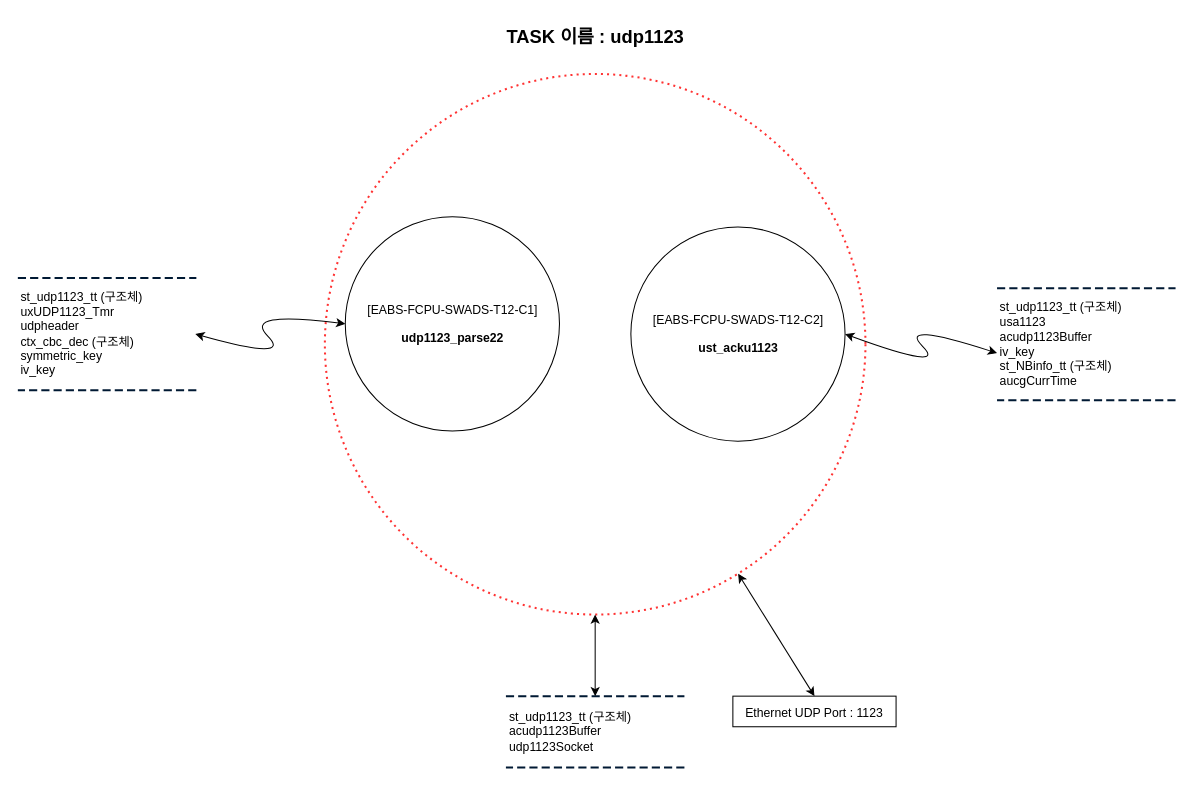
Above: page "EABS-FCPU-SWF11" (2 of 7) of EABS/Document_Pack/Design/F-CPU/eabs_f_cpu_data_flow_diagram_02.drawio.xml in chillin2/MyDraw.io (draw.io), before the change. Source tidied: cells renumbered, new cells numbered last; positions are measured from the earlier drawing's top-left corner, leaving out a move shared by most shapes. Both pictures are drawn from the tidied source at 102%, with x=0, y=0 at pixel (18, 22).
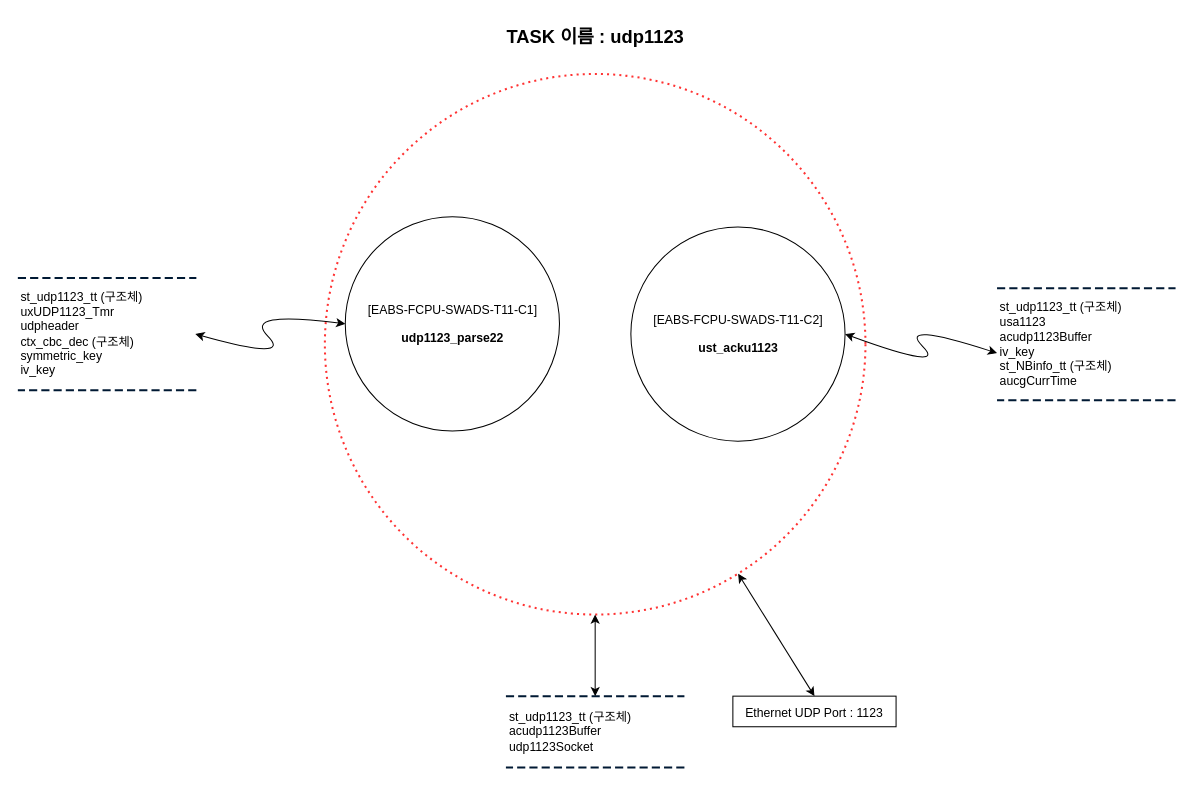
The same diagram, later.

Change to the diagram source:
```diff
@@
 <mxGraphModel>
   <root>
     <mxCell id="0" />
     <mxCell id="1" parent="0" />
     <mxCell id="2" style="shape=ellipse;html=1;dashed=1;whitespace=wrap;perimeter=ellipsePerimeter;dashPattern=1 2;strokeWidth=2;strokeColor=#FF3333;" parent="1" vertex="1">
       <mxGeometry x="300" y="50" width="530" height="530" as="geometry" />
     </mxCell>
-    <mxCell id="3" value="&lt;p style=&quot;line-height:120%;mso-pagination:none;text-autospace:none;mso-padding-alt:0pt 0pt 0pt 0pt;&quot; class=&quot;0&quot;&gt;&lt;span style=&quot;mso-fareast-font-family:맑은 고딕;mso-font-width:100%;letter-spacing:0pt;mso-text-raise:0pt;&quot; lang=&quot;EN-US&quot;&gt;[EABS-FCPU-&lt;/span&gt;&lt;span style=&quot;letter-spacing: 0pt; background-color: initial;&quot;&gt;SWADS-T12-C1]&lt;/span&gt;&lt;/p&gt;&lt;p style=&quot;line-height:120%;mso-pagination:none;text-autospace:none;mso-padding-alt:0pt 0pt 0pt 0pt;&quot; class=&quot;0&quot;&gt;&lt;span style=&quot;background-color: initial;&quot;&gt;&lt;b&gt;udp1123_parse22&lt;/b&gt;&lt;br&gt;&lt;/span&gt;&lt;/p&gt;&lt;div class=&quot;hwp_editor_board_content&quot; id=&quot;hwpEditorBoardContent&quot;&gt;&lt;/div&gt;" style="shape=ellipse;html=1;dashed=0;whitespace=wrap;perimeter=ellipsePerimeter;" parent="1" vertex="1">
+    <mxCell id="3" value="&lt;p style=&quot;line-height:120%;mso-pagination:none;text-autospace:none;mso-padding-alt:0pt 0pt 0pt 0pt;&quot; class=&quot;0&quot;&gt;&lt;span style=&quot;mso-fareast-font-family:맑은 고딕;mso-font-width:100%;letter-spacing:0pt;mso-text-raise:0pt;&quot; lang=&quot;EN-US&quot;&gt;[EABS-FCPU-&lt;/span&gt;&lt;span style=&quot;letter-spacing: 0pt; background-color: initial;&quot;&gt;SWADS-T11-C1]&lt;/span&gt;&lt;/p&gt;&lt;p style=&quot;line-height:120%;mso-pagination:none;text-autospace:none;mso-padding-alt:0pt 0pt 0pt 0pt;&quot; class=&quot;0&quot;&gt;&lt;span style=&quot;background-color: initial;&quot;&gt;&lt;b&gt;udp1123_parse22&lt;/b&gt;&lt;br&gt;&lt;/span&gt;&lt;/p&gt;&lt;div class=&quot;hwp_editor_board_content&quot; id=&quot;hwpEditorBoardContent&quot;&gt;&lt;/div&gt;" style="shape=ellipse;html=1;dashed=0;whitespace=wrap;perimeter=ellipsePerimeter;" parent="1" vertex="1">
       <mxGeometry x="320" y="190" width="210" height="210" as="geometry" />
     </mxCell>
     <mxCell id="4" value="&lt;p style=&quot;line-height: 120%; word-break: keep-all;&quot; class=&quot;0&quot;&gt;&lt;font style=&quot;font-size: 18px;&quot;&gt;&lt;b&gt;&lt;span style=&quot;letter-spacing: 0pt;&quot; lang=&quot;EN-US&quot;&gt;TASK 이름 :&amp;nbsp;&lt;/span&gt;&lt;/b&gt;&lt;/font&gt;&lt;span style=&quot;letter-spacing: 0pt; background-color: initial;&quot;&gt;&lt;font style=&quot;font-size: 18px;&quot;&gt;&lt;b&gt;udp1123&lt;/b&gt;&lt;/font&gt;&lt;/span&gt;&lt;/p&gt;&lt;div class=&quot;hwp_editor_board_content&quot; id=&quot;hwpEditorBoardContent&quot;&gt;&lt;/div&gt;&lt;div class=&quot;hwp_editor_board_content&quot; id=&quot;hwpEditorBoardContent&quot;&gt;&lt;/div&gt;&lt;div class=&quot;hwp_editor_board_content&quot; id=&quot;hwpEditorBoardContent&quot;&gt;&lt;/div&gt;&lt;div class=&quot;hwp_editor_board_content&quot; id=&quot;hwpEditorBoardContent&quot;&gt;&lt;/div&gt;&lt;div class=&quot;hwp_editor_board_content&quot; id=&quot;hwpEditorBoardContent&quot;&gt;&lt;/div&gt;&lt;div class=&quot;hwp_editor_board_content&quot; id=&quot;hwpEditorBoardContent&quot;&gt;&lt;/div&gt;&lt;div class=&quot;hwp_editor_board_content&quot; id=&quot;hwpEditorBoardContent&quot;&gt;&lt;/div&gt;&lt;div class=&quot;hwp_editor_board_content&quot; id=&quot;hwpEditorBoardContent&quot;&gt;&lt;/div&gt;&lt;div class=&quot;hwp_editor_board_content&quot; id=&quot;hwpEditorBoardContent&quot;&gt;&lt;/div&gt;&lt;div class=&quot;hwp_editor_board_content&quot; id=&quot;hwpEditorBoardContent&quot;&gt;&lt;/div&gt;&lt;div class=&quot;hwp_editor_board_content&quot; id=&quot;hwpEditorBoardContent&quot;&gt;&lt;/div&gt;" style="text;html=1;strokeColor=none;fillColor=none;align=center;verticalAlign=middle;whiteSpace=wrap;rounded=0;" parent="1" vertex="1">
       <mxGeometry x="386.5" width="357" height="30" as="geometry" />
     </mxCell>
-    <mxCell id="5" value="&lt;p style=&quot;line-height:120%;mso-pagination:none;text-autospace:none;mso-padding-alt:0pt 0pt 0pt 0pt;&quot; class=&quot;0&quot;&gt;&lt;span style=&quot;mso-fareast-font-family:맑은 고딕;mso-font-width:100%;letter-spacing:0pt;mso-text-raise:0pt;&quot; lang=&quot;EN-US&quot;&gt;[EABS-FCPU-&lt;/span&gt;&lt;span style=&quot;letter-spacing: 0pt; background-color: initial;&quot;&gt;SWADS-T12-C2]&lt;/span&gt;&lt;/p&gt;&lt;p style=&quot;line-height:120%;mso-pagination:none;text-autospace:none;mso-padding-alt:0pt 0pt 0pt 0pt;&quot; class=&quot;0&quot;&gt;&lt;span style=&quot;background-color: initial;&quot;&gt;&lt;b&gt;ust_acku1123&lt;/b&gt;&lt;br&gt;&lt;/span&gt;&lt;/p&gt;&lt;div class=&quot;hwp_editor_board_content&quot; id=&quot;hwpEditorBoardContent&quot;&gt;&lt;/div&gt;" style="shape=ellipse;html=1;dashed=0;whitespace=wrap;perimeter=ellipsePerimeter;" parent="1" vertex="1">
+    <mxCell id="5" value="&lt;p style=&quot;line-height:120%;mso-pagination:none;text-autospace:none;mso-padding-alt:0pt 0pt 0pt 0pt;&quot; class=&quot;0&quot;&gt;&lt;span style=&quot;mso-fareast-font-family:맑은 고딕;mso-font-width:100%;letter-spacing:0pt;mso-text-raise:0pt;&quot; lang=&quot;EN-US&quot;&gt;[EABS-FCPU-&lt;/span&gt;&lt;span style=&quot;letter-spacing: 0pt; background-color: initial;&quot;&gt;SWADS-T11-C2]&lt;/span&gt;&lt;/p&gt;&lt;p style=&quot;line-height:120%;mso-pagination:none;text-autospace:none;mso-padding-alt:0pt 0pt 0pt 0pt;&quot; class=&quot;0&quot;&gt;&lt;span style=&quot;background-color: initial;&quot;&gt;&lt;b&gt;ust_acku1123&lt;/b&gt;&lt;br&gt;&lt;/span&gt;&lt;/p&gt;&lt;div class=&quot;hwp_editor_board_content&quot; id=&quot;hwpEditorBoardContent&quot;&gt;&lt;/div&gt;" style="shape=ellipse;html=1;dashed=0;whitespace=wrap;perimeter=ellipsePerimeter;" parent="1" vertex="1">
       <mxGeometry x="600" y="200" width="210" height="210" as="geometry" />
     </mxCell>
     <mxCell id="6" value="st_udp1123_tt (구조체)&lt;br&gt;acudp1123Buffer&lt;br&gt;udp1123Socket" style="html=1;dashed=1;whitespace=wrap;shape=partialRectangle;right=0;left=0;strokeColor=#001933;strokeWidth=2;align=left;" parent="1" vertex="1">
       <mxGeometry x="478.5" y="660" width="173" height="70" as="geometry" />
     </mxCell>
     <mxCell id="7" style="endArrow=classic;startArrow=classic;html=1;rounded=0;fontSize=18;entryX=0.5;entryY=1;entryDx=0;entryDy=0;" parent="1" edge="1" source="6" target="2">
       <mxGeometry relative="1" as="geometry" />
     </mxCell>
     <mxCell id="8" value="st_udp1123_tt (구조체)&lt;br&gt;uxUDP1123_Tmr&lt;br&gt;udpheader&lt;br&gt;ctx_cbc_dec (구조체)&lt;br&gt;symmetric_key&lt;br&gt;iv_key" style="html=1;dashed=1;whitespace=wrap;shape=partialRectangle;right=0;left=0;strokeColor=#001933;strokeWidth=2;align=left;" parent="1" vertex="1">
       <mxGeometry y="250" width="173" height="110" as="geometry" />
     </mxCell>
     <mxCell id="9" value="&lt;font style=&quot;font-size: 12px;&quot;&gt;Ethernet UDP Port : 1123&lt;/font&gt;" style="rounded=0;whiteSpace=wrap;html=1;fontSize=18;" parent="1" vertex="1">
       <mxGeometry x="700" y="660" width="160" height="30" as="geometry" />
     </mxCell>
     <mxCell id="10" style="endArrow=classic;startArrow=classic;html=1;rounded=0;fontSize=12;entryX=0.5;entryY=0;entryDx=0;entryDy=0;" parent="1" edge="1" source="2" target="9">
       <mxGeometry relative="1" as="geometry" />
     </mxCell>
     <mxCell id="11" value="st_udp1123_tt (구조체)&lt;br&gt;usa1123&lt;br&gt;acudp1123Buffer&lt;br&gt;iv_key&lt;br&gt;st_NBinfo_tt (구조체)&lt;br&gt;aucgCurrTime" style="html=1;dashed=1;whitespace=wrap;shape=partialRectangle;right=0;left=0;strokeColor=#001933;strokeWidth=2;align=left;" parent="1" vertex="1">
       <mxGeometry x="960" y="260" width="173" height="110" as="geometry" />
     </mxCell>
     <mxCell id="12" style="curved=1;endArrow=classic;html=1;rounded=0;fontSize=12;entryX=0;entryY=0.5;entryDx=0;entryDy=0;exitX=1;exitY=0.5;exitDx=0;exitDy=0;startArrow=classic;startFill=1;" parent="1" edge="1" source="8" target="3">
       <mxGeometry relative="1" as="geometry">
         <Array as="points">
           <mxPoint x="269" y="332" />
           <mxPoint x="219" y="282" />
         </Array>
       </mxGeometry>
     </mxCell>
     <mxCell id="13" style="curved=1;endArrow=classic;html=1;rounded=0;fontSize=12;entryX=-0.006;entryY=0.579;entryDx=0;entryDy=0;entryPerimeter=0;exitX=1;exitY=0.5;exitDx=0;exitDy=0;startArrow=classic;startFill=1;" parent="1" edge="1" source="5" target="11">
       <mxGeometry relative="1" as="geometry">
         <Array as="points">
           <mxPoint x="911" y="342" />
           <mxPoint x="861" y="292" />
         </Array>
       </mxGeometry>
     </mxCell>
   </root>
 </mxGraphModel>
```
